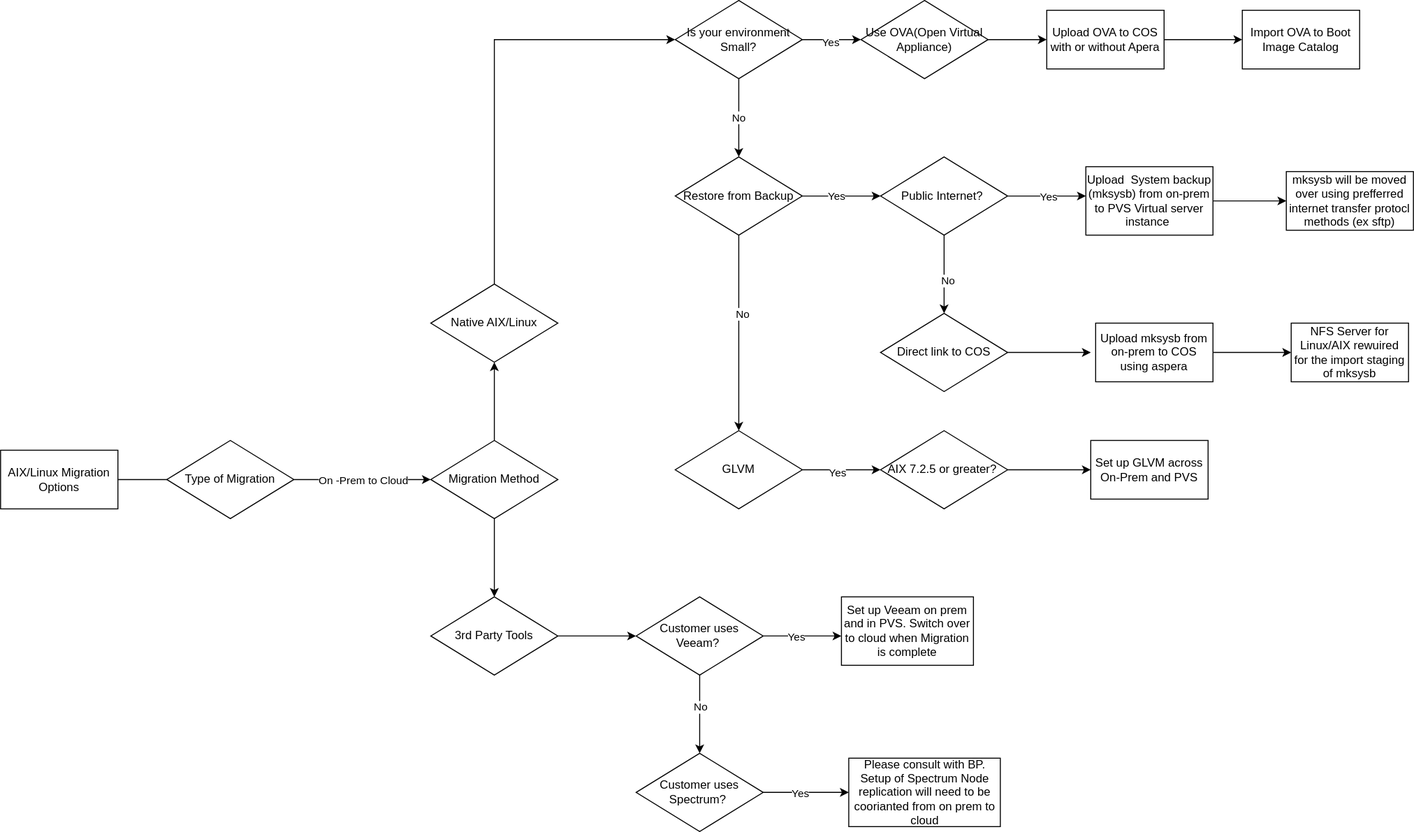
Earlier version of the draw.io export images/aixmigration.svg (ibm-cloud-docs/powervs-migration). Source tidied: cells renumbered, new cells last; positions are measured from the earlier drawing's top-left corner, leaving out a move shared by most shapes.
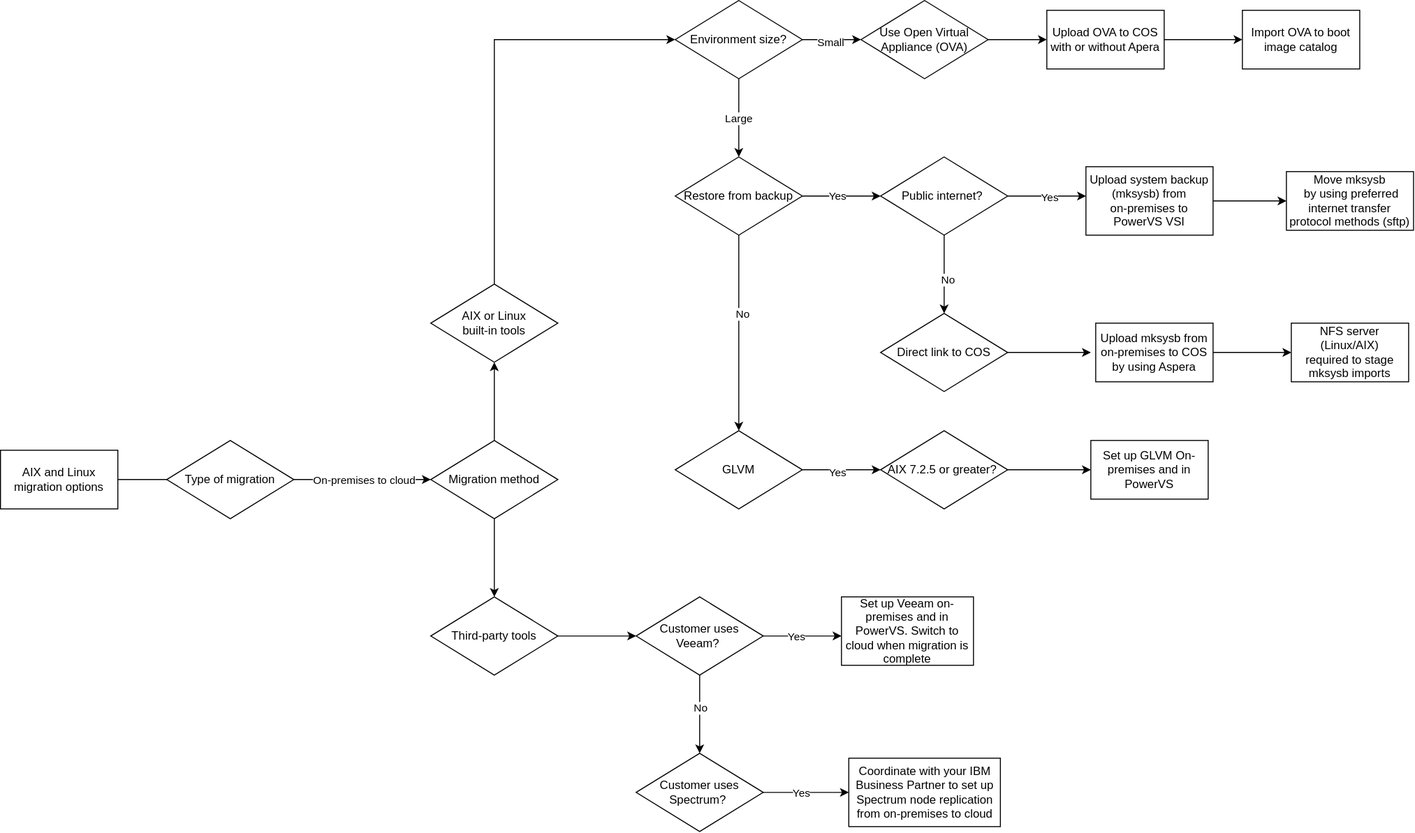
After the change.

The edit, as a diff of the source:
```diff
@@ -1,8 +1,8 @@
-<mxGraphModel>
+<mxGraphModel background="#ffffff">
   <root>
     <mxCell id="0" />
     <mxCell id="1" parent="0" />
-    <mxCell id="2" value="AIX/Linux Migration Options" style="rounded=0;whiteSpace=wrap;html=1;" parent="1" vertex="1">
+    <mxCell id="2" value="AIX and Linux migration options" style="rounded=0;whiteSpace=wrap;html=1;" parent="1" vertex="1">
       <mxGeometry y="460" width="120" height="60" as="geometry" />
     </mxCell>
     <mxCell id="3" style="edgeStyle=orthogonalEdgeStyle;rounded=0;jettySize=auto;html=1;exitX=1;exitY=0.5;exitDx=0;exitDy=0;entryX=0;entryY=0.5;entryDx=0;entryDy=0;" parent="1" edge="1" source="2" target="5">
@@ -19,28 +19,28 @@
         </Array>
       </mxGeometry>
     </mxCell>
-    <mxCell id="5" value="Type of Migration" style="rhombus;whiteSpace=wrap;html=1;" parent="1" vertex="1">
+    <mxCell id="5" value="Type of migration" style="rhombus;whiteSpace=wrap;html=1;" parent="1" vertex="1">
       <mxGeometry x="170" y="450" width="130" height="80" as="geometry" />
     </mxCell>
     <mxCell id="6" style="edgeStyle=orthogonalEdgeStyle;rounded=0;jettySize=auto;html=1;" parent="1" edge="1" source="10" target="12">
       <mxGeometry relative="1" as="geometry" />
     </mxCell>
-    <mxCell id="7" value="Yes" style="edgeLabel;html=1;align=center;verticalAlign=middle;" parent="6" vertex="1">
+    <mxCell id="7" value="Small" style="edgeLabel;html=1;align=center;verticalAlign=middle;" parent="6" vertex="1">
       <mxGeometry x="-0.07" y="-2" relative="1" as="geometry" />
     </mxCell>
     <mxCell id="8" style="edgeStyle=orthogonalEdgeStyle;rounded=0;jettySize=auto;html=1;" parent="1" edge="1" source="10" target="20">
       <mxGeometry relative="1" as="geometry" />
     </mxCell>
-    <mxCell id="9" value="No" style="edgeLabel;html=1;align=center;verticalAlign=middle;" parent="8" vertex="1">
+    <mxCell id="9" value="Large" style="edgeLabel;html=1;align=center;verticalAlign=middle;" parent="8" vertex="1">
       <mxGeometry x="-0.03" y="-1" relative="1" as="geometry" />
     </mxCell>
-    <mxCell id="10" value="Is your environment Small?" style="rhombus;whiteSpace=wrap;html=1;" parent="1" vertex="1">
+    <mxCell id="10" value="Environment size?" style="rhombus;whiteSpace=wrap;html=1;" parent="1" vertex="1">
       <mxGeometry x="690" width="130" height="80" as="geometry" />
     </mxCell>
     <mxCell id="11" style="edgeStyle=orthogonalEdgeStyle;rounded=0;jettySize=auto;html=1;" parent="1" edge="1" source="12" target="14">
       <mxGeometry relative="1" as="geometry" />
     </mxCell>
-    <mxCell id="12" value="Use OVA(Open Virtual Appliance)" style="rhombus;whiteSpace=wrap;html=1;" parent="1" vertex="1">
+    <mxCell id="12" value="Use Open Virtual Appliance (OVA)" style="rhombus;whiteSpace=wrap;html=1;" parent="1" vertex="1">
       <mxGeometry x="880" width="130" height="80" as="geometry" />
     </mxCell>
     <mxCell id="13" style="edgeStyle=orthogonalEdgeStyle;rounded=0;jettySize=auto;html=1;" parent="1" edge="1" source="14" target="15">
@@ -49,7 +49,7 @@
     <mxCell id="14" value="Upload OVA to COS with or without Apera" style="whiteSpace=wrap;html=1;" parent="1" vertex="1">
       <mxGeometry x="1070" y="10" width="120" height="60" as="geometry" />
     </mxCell>
-    <mxCell id="15" value="Import OVA to Boot Image Catalog" style="whiteSpace=wrap;html=1;" parent="1" vertex="1">
+    <mxCell id="15" value="Import OVA to boot image catalog" style="whiteSpace=wrap;html=1;" parent="1" vertex="1">
       <mxGeometry x="1270" y="10" width="120" height="60" as="geometry" />
     </mxCell>
     <mxCell id="16" style="edgeStyle=orthogonalEdgeStyle;rounded=0;jettySize=auto;html=1;" parent="1" edge="1" source="20" target="25">
@@ -64,7 +64,7 @@
     <mxCell id="19" value="No" style="edgeLabel;html=1;align=center;verticalAlign=middle;" parent="18" vertex="1">
       <mxGeometry x="-0.2" y="3" relative="1" as="geometry" />
     </mxCell>
-    <mxCell id="20" value="Restore from Backup" style="rhombus;whiteSpace=wrap;html=1;" parent="1" vertex="1">
+    <mxCell id="20" value="Restore from backup" style="rhombus;whiteSpace=wrap;html=1;" parent="1" vertex="1">
       <mxGeometry x="690" y="160" width="130" height="80" as="geometry" />
     </mxCell>
     <mxCell id="21" style="edgeStyle=orthogonalEdgeStyle;rounded=0;jettySize=auto;html=1;" parent="1" edge="1" source="25" target="27">
@@ -81,7 +81,7 @@
     <mxCell id="24" value="Yes" style="edgeLabel;html=1;align=center;verticalAlign=middle;" parent="23" vertex="1">
       <mxGeometry x="0.05" relative="1" as="geometry" />
     </mxCell>
-    <mxCell id="25" value="Public Internet?&amp;nbsp;" style="rhombus;whiteSpace=wrap;html=1;" parent="1" vertex="1">
+    <mxCell id="25" value="Public internet?&amp;nbsp;" style="rhombus;whiteSpace=wrap;html=1;" parent="1" vertex="1">
       <mxGeometry x="900" y="160" width="130" height="80" as="geometry" />
     </mxCell>
     <mxCell id="26" style="edgeStyle=orthogonalEdgeStyle;rounded=0;jettySize=auto;html=1;" parent="1" edge="1" source="27">
@@ -95,19 +95,19 @@
     <mxCell id="28" style="edgeStyle=orthogonalEdgeStyle;rounded=0;jettySize=auto;html=1;" parent="1" edge="1" source="29" target="32">
       <mxGeometry relative="1" as="geometry" />
     </mxCell>
-    <mxCell id="29" value="Upload&amp;nbsp; System backup (mksysb) from on-prem to PVS Virtual server instance&amp;nbsp;" style="whiteSpace=wrap;html=1;" parent="1" vertex="1">
+    <mxCell id="29" value="Upload system backup (mksysb) from &lt;br&gt;on-premises to &lt;br&gt;PowerVS VSI" style="whiteSpace=wrap;html=1;" parent="1" vertex="1">
       <mxGeometry x="1110" y="170" width="130" height="70" as="geometry" />
     </mxCell>
     <mxCell id="30" style="edgeStyle=orthogonalEdgeStyle;rounded=0;jettySize=auto;html=1;" parent="1" edge="1" source="31" target="33">
       <mxGeometry relative="1" as="geometry" />
     </mxCell>
-    <mxCell id="31" value="Upload mksysb from on-prem to COS using aspera" style="whiteSpace=wrap;html=1;" parent="1" vertex="1">
+    <mxCell id="31" value="Upload mksysb from on-premises to COS by using Aspera" style="whiteSpace=wrap;html=1;" parent="1" vertex="1">
       <mxGeometry x="1120" y="330" width="120" height="60" as="geometry" />
     </mxCell>
-    <mxCell id="32" value="mksysb will be moved over using prefferred internet transfer protocl methods (ex sftp)" style="whiteSpace=wrap;html=1;" parent="1" vertex="1">
+    <mxCell id="32" value="Move mksysb&lt;br&gt;&amp;nbsp;by using preferred internet transfer protocol methods (sftp)" style="whiteSpace=wrap;html=1;" parent="1" vertex="1">
       <mxGeometry x="1315" y="175" width="130" height="60" as="geometry" />
     </mxCell>
-    <mxCell id="33" value="NFS Server for Linux/AIX rewuired for the import staging of mksysb" style="whiteSpace=wrap;html=1;" parent="1" vertex="1">
+    <mxCell id="33" value="NFS server (Linux/AIX)&lt;br&gt;&amp;nbsp;required&amp;nbsp;to stage&amp;nbsp; mksysb imports" style="whiteSpace=wrap;html=1;" parent="1" vertex="1">
       <mxGeometry x="1320" y="330" width="120" height="60" as="geometry" />
     </mxCell>
     <mxCell id="34" style="edgeStyle=orthogonalEdgeStyle;rounded=0;jettySize=auto;html=1;entryX=0;entryY=0.5;entryDx=0;entryDy=0;exitX=1;exitY=0.5;exitDx=0;exitDy=0;" parent="1" edge="1" source="5" target="38">
@@ -117,7 +117,7 @@
         </Array>
       </mxGeometry>
     </mxCell>
-    <mxCell id="35" value="On -Prem to Cloud" style="edgeLabel;html=1;align=center;verticalAlign=middle;" parent="34" vertex="1">
+    <mxCell id="35" value="On-premises to cloud" style="edgeLabel;html=1;align=center;verticalAlign=middle;" parent="34" vertex="1">
       <mxGeometry x="-0.05" y="-1" relative="1" as="geometry">
         <mxPoint x="3" y="-1" as="offset" />
       </mxGeometry>
@@ -128,16 +128,16 @@
     <mxCell id="37" style="edgeStyle=orthogonalEdgeStyle;rounded=0;jettySize=auto;html=1;" parent="1" edge="1" source="38" target="41">
       <mxGeometry relative="1" as="geometry" />
     </mxCell>
-    <mxCell id="38" value="Migration Method" style="rhombus;whiteSpace=wrap;html=1;" parent="1" vertex="1">
+    <mxCell id="38" value="Migration method" style="rhombus;whiteSpace=wrap;html=1;" parent="1" vertex="1">
       <mxGeometry x="440" y="450" width="130" height="80" as="geometry" />
     </mxCell>
-    <mxCell id="39" value="Native AIX/Linux" style="rhombus;whiteSpace=wrap;html=1;" parent="1" vertex="1">
+    <mxCell id="39" value="AIX or Linux &lt;br&gt;built-in tools" style="rhombus;whiteSpace=wrap;html=1;" parent="1" vertex="1">
       <mxGeometry x="440" y="290" width="130" height="80" as="geometry" />
     </mxCell>
     <mxCell id="40" style="edgeStyle=orthogonalEdgeStyle;rounded=0;jettySize=auto;html=1;" parent="1" edge="1" source="41" target="46">
       <mxGeometry relative="1" as="geometry" />
     </mxCell>
-    <mxCell id="41" value="3rd Party Tools" style="rhombus;whiteSpace=wrap;html=1;" parent="1" vertex="1">
+    <mxCell id="41" value="Third-party tools" style="rhombus;whiteSpace=wrap;html=1;" parent="1" vertex="1">
       <mxGeometry x="440" y="610" width="130" height="80" as="geometry" />
     </mxCell>
     <mxCell id="42" style="edgeStyle=orthogonalEdgeStyle;rounded=0;jettySize=auto;html=1;" parent="1" edge="1" source="46">
@@ -166,10 +166,10 @@
     <mxCell id="49" value="Customer uses Spectrum?&amp;nbsp;" style="rhombus;whiteSpace=wrap;html=1;" parent="1" vertex="1">
       <mxGeometry x="650" y="770" width="130" height="80" as="geometry" />
     </mxCell>
-    <mxCell id="50" value="Set up Veeam on prem and in PVS. Switch over to cloud when Migration is complete" style="whiteSpace=wrap;html=1;" parent="1" vertex="1">
+    <mxCell id="50" value="Set up Veeam on-premises and in PowerVS. Switch to cloud when migration is complete" style="whiteSpace=wrap;html=1;" parent="1" vertex="1">
       <mxGeometry x="860" y="610" width="135" height="70" as="geometry" />
     </mxCell>
-    <mxCell id="51" value="Please consult with BP. Setup of Spectrum Node replication will need to be coorianted from on prem to cloud" style="whiteSpace=wrap;html=1;" parent="1" vertex="1">
+    <mxCell id="51" value="Coordinate with your IBM Business Partner to set up Spectrum node replication from on-premises to cloud" style="whiteSpace=wrap;html=1;" parent="1" vertex="1">
       <mxGeometry x="867.5" y="775" width="155" height="70" as="geometry" />
     </mxCell>
     <mxCell id="52" style="edgeStyle=orthogonalEdgeStyle;rounded=0;jettySize=auto;html=1;" parent="1" edge="1" source="54" target="56">
@@ -187,7 +187,7 @@
     <mxCell id="56" value="AIX 7.2.5 or greater?&amp;nbsp;" style="rhombus;whiteSpace=wrap;html=1;" parent="1" vertex="1">
       <mxGeometry x="900" y="440" width="130" height="80" as="geometry" />
     </mxCell>
-    <mxCell id="57" value="Set up GLVM across On-Prem and PVS" style="whiteSpace=wrap;html=1;" parent="1" vertex="1">
+    <mxCell id="57" value="Set up GLVM On-premises and in PowerVS" style="whiteSpace=wrap;html=1;" parent="1" vertex="1">
       <mxGeometry x="1115" y="450" width="120" height="60" as="geometry" />
     </mxCell>
   </root>
```
